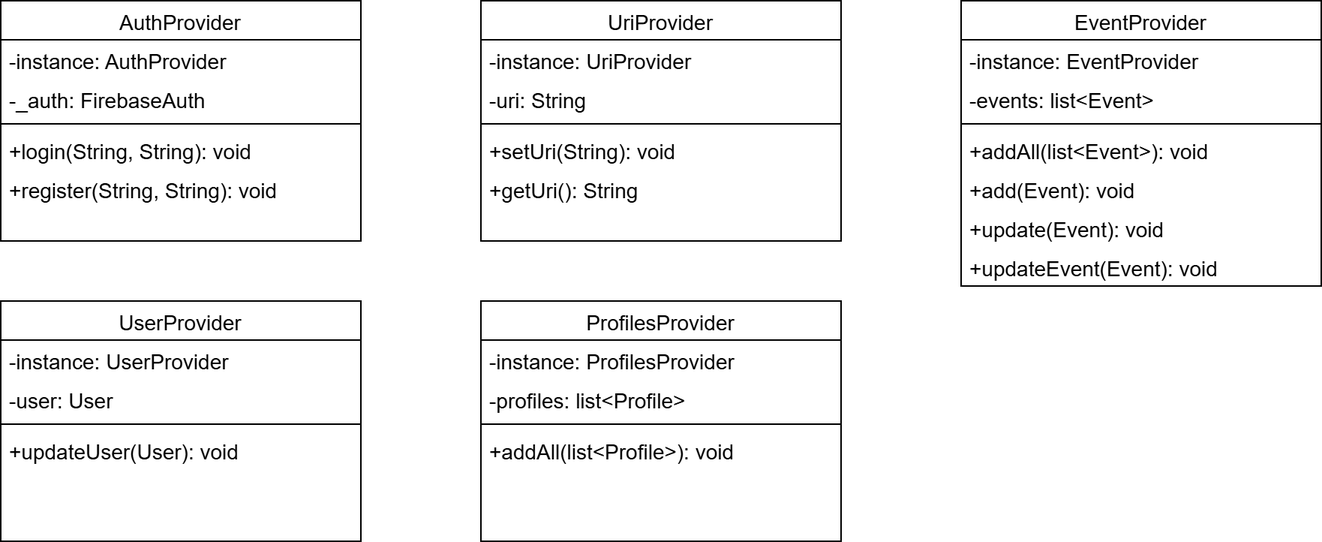
Earlier version of the draw.io export latex/immagini/FrontProviderClassDiagram.png (RedDuality/Tesi). Source tidied: cells renumbered, new cells last; positions are measured from the earlier drawing's top-left corner, leaving out a move shared by most shapes. Source of this version:
```xml
<mxGraphModel>
  <root>
    <mxCell id="0" />
    <mxCell id="1" parent="0" />
    <mxCell id="2" value="AuthProvider" style="swimlane;fontStyle=0;align=center;verticalAlign=top;horizontal=1;startSize=26;rounded=0;shadow=0;strokeWidth=1;fontSize=14;" parent="1" vertex="1">
      <mxGeometry width="240" height="160" as="geometry" />
    </mxCell>
    <mxCell id="3" value="-instance: AuthProvider" style="text;align=left;verticalAlign=top;spacingLeft=4;spacingRight=4;overflow=hidden;rounded=0;shadow=0;html=0;fontSize=14;" parent="2" vertex="1">
      <mxGeometry y="26" width="240" height="26" as="geometry" />
    </mxCell>
    <mxCell id="4" value="-_auth: FirebaseAuth" style="text;align=left;verticalAlign=top;spacingLeft=4;spacingRight=4;overflow=hidden;rounded=0;shadow=0;html=0;fontSize=14;" parent="2" vertex="1">
      <mxGeometry y="52" width="240" height="26" as="geometry" />
    </mxCell>
    <mxCell id="5" style="line;html=1;strokeWidth=1;align=left;verticalAlign=middle;spacingTop=-1;spacingLeft=3;spacingRight=3;labelPosition=right;fontSize=14;" parent="2" vertex="1">
      <mxGeometry y="78" width="240" height="8" as="geometry" />
    </mxCell>
    <mxCell id="6" value="+login(String, String): void" style="text;align=left;verticalAlign=top;spacingLeft=4;spacingRight=4;overflow=hidden;rounded=0;shadow=0;html=0;fontSize=14;" parent="2" vertex="1">
      <mxGeometry y="86" width="240" height="26" as="geometry" />
    </mxCell>
    <mxCell id="7" value="+register(String, String): void" style="text;align=left;verticalAlign=top;spacingLeft=4;spacingRight=4;overflow=hidden;rounded=0;shadow=0;html=0;fontSize=14;" parent="2" vertex="1">
      <mxGeometry y="112" width="240" height="26" as="geometry" />
    </mxCell>
    <mxCell id="8" value="UriProvider" style="swimlane;fontStyle=0;align=center;verticalAlign=top;horizontal=1;startSize=26;rounded=0;shadow=0;strokeWidth=1;fontSize=14;" parent="1" vertex="1">
      <mxGeometry x="320" width="240" height="160" as="geometry" />
    </mxCell>
    <mxCell id="9" value="-instance: UriProvider" style="text;align=left;verticalAlign=top;spacingLeft=4;spacingRight=4;overflow=hidden;rounded=0;shadow=0;html=0;fontSize=14;" parent="8" vertex="1">
      <mxGeometry y="26" width="240" height="26" as="geometry" />
    </mxCell>
    <mxCell id="10" value="-uri: String" style="text;align=left;verticalAlign=top;spacingLeft=4;spacingRight=4;overflow=hidden;rounded=0;shadow=0;html=0;fontSize=14;" parent="8" vertex="1">
      <mxGeometry y="52" width="240" height="26" as="geometry" />
    </mxCell>
    <mxCell id="11" style="line;html=1;strokeWidth=1;align=left;verticalAlign=middle;spacingTop=-1;spacingLeft=3;spacingRight=3;labelPosition=right;fontSize=14;" parent="8" vertex="1">
      <mxGeometry y="78" width="240" height="8" as="geometry" />
    </mxCell>
    <mxCell id="12" value="+setUri(String): void" style="text;align=left;verticalAlign=top;spacingLeft=4;spacingRight=4;overflow=hidden;rounded=0;shadow=0;html=0;fontSize=14;" parent="8" vertex="1">
      <mxGeometry y="86" width="240" height="26" as="geometry" />
    </mxCell>
    <mxCell id="13" value="+getUri(): String" style="text;align=left;verticalAlign=top;spacingLeft=4;spacingRight=4;overflow=hidden;rounded=0;shadow=0;html=0;fontSize=14;" parent="8" vertex="1">
      <mxGeometry y="112" width="240" height="26" as="geometry" />
    </mxCell>
    <mxCell id="14" value="UserProvider" style="swimlane;fontStyle=0;align=center;verticalAlign=top;horizontal=1;startSize=26;rounded=0;shadow=0;strokeWidth=1;fontSize=14;" parent="1" vertex="1">
      <mxGeometry y="200" width="240" height="160" as="geometry" />
    </mxCell>
    <mxCell id="15" value="-instance: UserProvider" style="text;align=left;verticalAlign=top;spacingLeft=4;spacingRight=4;overflow=hidden;rounded=0;shadow=0;html=0;fontSize=14;" parent="14" vertex="1">
      <mxGeometry y="26" width="240" height="26" as="geometry" />
    </mxCell>
    <mxCell id="16" value="-user: User" style="text;align=left;verticalAlign=top;spacingLeft=4;spacingRight=4;overflow=hidden;rounded=0;shadow=0;html=0;fontSize=14;" parent="14" vertex="1">
      <mxGeometry y="52" width="240" height="26" as="geometry" />
    </mxCell>
    <mxCell id="17" style="line;html=1;strokeWidth=1;align=left;verticalAlign=middle;spacingTop=-1;spacingLeft=3;spacingRight=3;labelPosition=right;fontSize=14;" parent="14" vertex="1">
      <mxGeometry y="78" width="240" height="8" as="geometry" />
    </mxCell>
    <mxCell id="18" value="+updateUser(User): void" style="text;align=left;verticalAlign=top;spacingLeft=4;spacingRight=4;overflow=hidden;rounded=0;shadow=0;html=0;fontSize=14;" parent="14" vertex="1">
      <mxGeometry y="86" width="240" height="26" as="geometry" />
    </mxCell>
    <mxCell id="19" value="ProfilesProvider" style="swimlane;fontStyle=0;align=center;verticalAlign=top;horizontal=1;startSize=26;rounded=0;shadow=0;strokeWidth=1;fontSize=14;" parent="1" vertex="1">
      <mxGeometry x="320" y="200" width="240" height="160" as="geometry" />
    </mxCell>
    <mxCell id="20" value="-instance: ProfilesProvider" style="text;align=left;verticalAlign=top;spacingLeft=4;spacingRight=4;overflow=hidden;rounded=0;shadow=0;html=0;fontSize=14;" parent="19" vertex="1">
      <mxGeometry y="26" width="240" height="26" as="geometry" />
    </mxCell>
    <mxCell id="21" value="-profiles: list&lt;Profile&gt;" style="text;align=left;verticalAlign=top;spacingLeft=4;spacingRight=4;overflow=hidden;rounded=0;shadow=0;html=0;fontSize=14;" parent="19" vertex="1">
      <mxGeometry y="52" width="240" height="26" as="geometry" />
    </mxCell>
    <mxCell id="22" style="line;html=1;strokeWidth=1;align=left;verticalAlign=middle;spacingTop=-1;spacingLeft=3;spacingRight=3;labelPosition=right;fontSize=14;" parent="19" vertex="1">
      <mxGeometry y="78" width="240" height="8" as="geometry" />
    </mxCell>
    <mxCell id="23" value="+addAll(list&lt;Profile&gt;): void" style="text;align=left;verticalAlign=top;spacingLeft=4;spacingRight=4;overflow=hidden;rounded=0;shadow=0;html=0;fontSize=14;" parent="19" vertex="1">
      <mxGeometry y="86" width="240" height="26" as="geometry" />
    </mxCell>
    <mxCell id="24" value="EventProvider" style="swimlane;fontStyle=0;align=center;verticalAlign=top;horizontal=1;startSize=26;rounded=0;shadow=0;strokeWidth=1;fontSize=14;" parent="1" vertex="1">
      <mxGeometry x="640" width="240" height="190" as="geometry" />
    </mxCell>
    <mxCell id="25" value="-instance: EventProvider" style="text;align=left;verticalAlign=top;spacingLeft=4;spacingRight=4;overflow=hidden;rounded=0;shadow=0;html=0;fontSize=14;" parent="24" vertex="1">
      <mxGeometry y="26" width="240" height="26" as="geometry" />
    </mxCell>
    <mxCell id="26" value="-events: list&lt;Event&gt;" style="text;align=left;verticalAlign=top;spacingLeft=4;spacingRight=4;overflow=hidden;rounded=0;shadow=0;html=0;fontSize=14;" parent="24" vertex="1">
      <mxGeometry y="52" width="240" height="26" as="geometry" />
    </mxCell>
    <mxCell id="27" style="line;html=1;strokeWidth=1;align=left;verticalAlign=middle;spacingTop=-1;spacingLeft=3;spacingRight=3;labelPosition=right;fontSize=14;" parent="24" vertex="1">
      <mxGeometry y="78" width="240" height="8" as="geometry" />
    </mxCell>
    <mxCell id="28" value="+addAll(list&lt;Event&gt;): void" style="text;align=left;verticalAlign=top;spacingLeft=4;spacingRight=4;overflow=hidden;rounded=0;shadow=0;html=0;fontSize=14;" parent="24" vertex="1">
      <mxGeometry y="86" width="240" height="26" as="geometry" />
    </mxCell>
    <mxCell id="29" value="+add(Event): void" style="text;align=left;verticalAlign=top;spacingLeft=4;spacingRight=4;overflow=hidden;rounded=0;shadow=0;html=0;fontSize=14;" parent="24" vertex="1">
      <mxGeometry y="112" width="240" height="26" as="geometry" />
    </mxCell>
    <mxCell id="30" value="+update(Event): void" style="text;align=left;verticalAlign=top;spacingLeft=4;spacingRight=4;overflow=hidden;rounded=0;shadow=0;html=0;fontSize=14;" parent="24" vertex="1">
      <mxGeometry y="138" width="240" height="26" as="geometry" />
    </mxCell>
    <mxCell id="31" value="+updateEvent(Event): void" style="text;align=left;verticalAlign=top;spacingLeft=4;spacingRight=4;overflow=hidden;rounded=0;shadow=0;html=0;fontSize=14;" parent="24" vertex="1">
      <mxGeometry y="164" width="240" height="26" as="geometry" />
    </mxCell>
  </root>
</mxGraphModel>
```
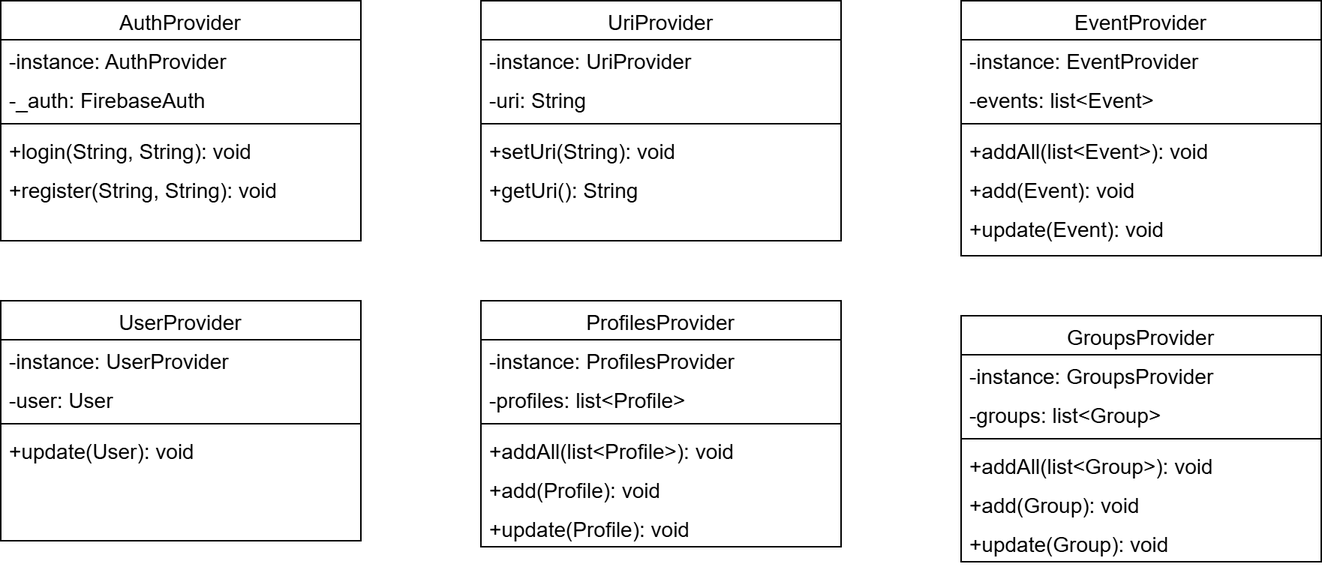
The same file after the commit.

The edit, as a diff of the source:
```diff
@@ -50,11 +50,11 @@
     <mxCell id="17" style="line;html=1;strokeWidth=1;align=left;verticalAlign=middle;spacingTop=-1;spacingLeft=3;spacingRight=3;labelPosition=right;fontSize=14;" parent="14" vertex="1">
       <mxGeometry y="78" width="240" height="8" as="geometry" />
     </mxCell>
-    <mxCell id="18" value="+updateUser(User): void" style="text;align=left;verticalAlign=top;spacingLeft=4;spacingRight=4;overflow=hidden;rounded=0;shadow=0;html=0;fontSize=14;" parent="14" vertex="1">
+    <mxCell id="18" value="+update(User): void" style="text;align=left;verticalAlign=top;spacingLeft=4;spacingRight=4;overflow=hidden;rounded=0;shadow=0;html=0;fontSize=14;" parent="14" vertex="1">
       <mxGeometry y="86" width="240" height="26" as="geometry" />
     </mxCell>
     <mxCell id="19" value="ProfilesProvider" style="swimlane;fontStyle=0;align=center;verticalAlign=top;horizontal=1;startSize=26;rounded=0;shadow=0;strokeWidth=1;fontSize=14;" parent="1" vertex="1">
-      <mxGeometry x="320" y="200" width="240" height="160" as="geometry" />
+      <mxGeometry x="320" y="200" width="240" height="164" as="geometry" />
     </mxCell>
     <mxCell id="20" value="-instance: ProfilesProvider" style="text;align=left;verticalAlign=top;spacingLeft=4;spacingRight=4;overflow=hidden;rounded=0;shadow=0;html=0;fontSize=14;" parent="19" vertex="1">
       <mxGeometry y="26" width="240" height="26" as="geometry" />
@@ -68,8 +68,14 @@
     <mxCell id="23" value="+addAll(list&lt;Profile&gt;): void" style="text;align=left;verticalAlign=top;spacingLeft=4;spacingRight=4;overflow=hidden;rounded=0;shadow=0;html=0;fontSize=14;" parent="19" vertex="1">
       <mxGeometry y="86" width="240" height="26" as="geometry" />
     </mxCell>
+    <mxCell id="32" value="+add(Profile): void" style="text;align=left;verticalAlign=top;spacingLeft=4;spacingRight=4;overflow=hidden;rounded=0;shadow=0;html=0;fontSize=14;" parent="19" vertex="1">
+      <mxGeometry y="112" width="240" height="26" as="geometry" />
+    </mxCell>
+    <mxCell id="33" value="+update(Profile): void" style="text;align=left;verticalAlign=top;spacingLeft=4;spacingRight=4;overflow=hidden;rounded=0;shadow=0;html=0;fontSize=14;" parent="19" vertex="1">
+      <mxGeometry y="138" width="240" height="26" as="geometry" />
+    </mxCell>
     <mxCell id="24" value="EventProvider" style="swimlane;fontStyle=0;align=center;verticalAlign=top;horizontal=1;startSize=26;rounded=0;shadow=0;strokeWidth=1;fontSize=14;" parent="1" vertex="1">
-      <mxGeometry x="640" width="240" height="190" as="geometry" />
+      <mxGeometry x="640" width="240" height="170" as="geometry" />
     </mxCell>
     <mxCell id="25" value="-instance: EventProvider" style="text;align=left;verticalAlign=top;spacingLeft=4;spacingRight=4;overflow=hidden;rounded=0;shadow=0;html=0;fontSize=14;" parent="24" vertex="1">
       <mxGeometry y="26" width="240" height="26" as="geometry" />
@@ -89,8 +95,26 @@
     <mxCell id="30" value="+update(Event): void" style="text;align=left;verticalAlign=top;spacingLeft=4;spacingRight=4;overflow=hidden;rounded=0;shadow=0;html=0;fontSize=14;" parent="24" vertex="1">
       <mxGeometry y="138" width="240" height="26" as="geometry" />
     </mxCell>
-    <mxCell id="31" value="+updateEvent(Event): void" style="text;align=left;verticalAlign=top;spacingLeft=4;spacingRight=4;overflow=hidden;rounded=0;shadow=0;html=0;fontSize=14;" parent="24" vertex="1">
-      <mxGeometry y="164" width="240" height="26" as="geometry" />
-    </mxCell>
+    <mxCell id="34" value="GroupsProvider" style="swimlane;fontStyle=0;align=center;verticalAlign=top;horizontal=1;startSize=26;rounded=0;shadow=0;strokeWidth=1;fontSize=14;" parent="1" vertex="1">
+      <mxGeometry x="640" y="210" width="240" height="164" as="geometry" />
+    </mxCell>
+    <mxCell id="35" value="-instance: GroupsProvider" style="text;align=left;verticalAlign=top;spacingLeft=4;spacingRight=4;overflow=hidden;rounded=0;shadow=0;html=0;fontSize=14;" parent="34" vertex="1">
+      <mxGeometry y="26" width="240" height="26" as="geometry" />
+    </mxCell>
+    <mxCell id="36" value="-groups: list&lt;Group&gt;" style="text;align=left;verticalAlign=top;spacingLeft=4;spacingRight=4;overflow=hidden;rounded=0;shadow=0;html=0;fontSize=14;" parent="34" vertex="1">
+      <mxGeometry y="52" width="240" height="26" as="geometry" />
+    </mxCell>
+    <mxCell id="37" style="line;html=1;strokeWidth=1;align=left;verticalAlign=middle;spacingTop=-1;spacingLeft=3;spacingRight=3;labelPosition=right;fontSize=14;" parent="34" vertex="1">
+      <mxGeometry y="78" width="240" height="8" as="geometry" />
+    </mxCell>
+    <mxCell id="38" value="+addAll(list&lt;Group&gt;): void" style="text;align=left;verticalAlign=top;spacingLeft=4;spacingRight=4;overflow=hidden;rounded=0;shadow=0;html=0;fontSize=14;" parent="34" vertex="1">
+      <mxGeometry y="86" width="240" height="26" as="geometry" />
+    </mxCell>
+    <mxCell id="39" value="+add(Group): void" style="text;align=left;verticalAlign=top;spacingLeft=4;spacingRight=4;overflow=hidden;rounded=0;shadow=0;html=0;fontSize=14;" parent="34" vertex="1">
+      <mxGeometry y="112" width="240" height="26" as="geometry" />
+    </mxCell>
+    <mxCell id="40" value="+update(Group): void" style="text;align=left;verticalAlign=top;spacingLeft=4;spacingRight=4;overflow=hidden;rounded=0;shadow=0;html=0;fontSize=14;" parent="34" vertex="1">
+      <mxGeometry y="138" width="240" height="26" as="geometry" />
+    </mxCell>
   </root>
 </mxGraphModel>
```
